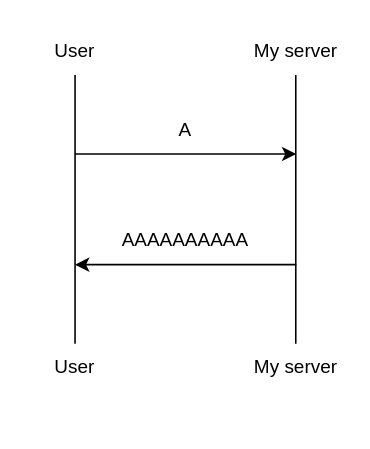
Before: NASA-graph/Security/IP spoofing.drawio in Vincent550102/NASA-graph, a draw.io diagram. Source tidied: cells renumbered, new cells numbered last; positions are measured from the earlier drawing's top-left corner, leaving out a move shared by most shapes. Both pictures are drawn from the tidied source at 158%, with x=0, y=0 at pixel (27, 27).
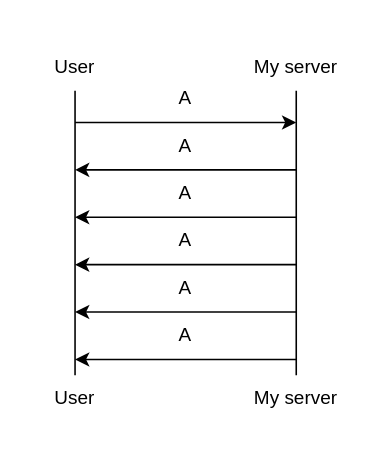
The same diagram, later.

Diff of the diagram source:
```diff
@@
     <mxCell id="2" value="User" style="text;html=1;strokeColor=none;fillColor=none;align=center;verticalAlign=middle;whiteSpace=wrap;rounded=0;" parent="1" vertex="1">
-      <mxGeometry width="60" height="30" as="geometry" />
+      <mxGeometry y="10" width="60" height="30" as="geometry" />
     </mxCell>
     <mxCell id="3" value="My server" style="text;html=1;strokeColor=none;fillColor=none;align=center;verticalAlign=middle;whiteSpace=wrap;rounded=0;" parent="1" vertex="1">
-      <mxGeometry x="140" width="60" height="30" as="geometry" />
+      <mxGeometry x="140" y="10" width="60" height="30" as="geometry" />
     </mxCell>
-    <mxCell id="4" style="endArrow=none;html=1;rounded=0;" parent="1" edge="1">
-      <mxGeometry relative="1" as="geometry">
-        <mxPoint x="30" y="200" as="sourcePoint" />
-        <mxPoint x="30" y="30" as="targetPoint" />
-      </mxGeometry>
+    <mxCell id="4" style="endArrow=none;html=1;rounded=0;exitX=0.5;exitY=0;exitDx=0;exitDy=0;" parent="1" edge="1" source="10" target="2">
+      <mxGeometry relative="1" as="geometry" />
     </mxCell>
-    <mxCell id="5" style="endArrow=none;html=1;rounded=0;" parent="1" edge="1">
-      <mxGeometry relative="1" as="geometry">
-        <mxPoint x="169.7" y="200" as="sourcePoint" />
-        <mxPoint x="169.7" y="30" as="targetPoint" />
-      </mxGeometry>
+    <mxCell id="5" style="endArrow=none;html=1;rounded=0;exitX=0.5;exitY=0;exitDx=0;exitDy=0;" parent="1" edge="1" source="11" target="3">
+      <mxGeometry relative="1" as="geometry" />
     </mxCell>
     <mxCell id="6" style="endArrow=classic;html=1;rounded=0;" parent="1" edge="1">
       <mxGeometry relative="1" as="geometry">
-        <mxPoint x="30" y="80" as="sourcePoint" />
-        <mxPoint x="170" y="80" as="targetPoint" />
+        <mxPoint x="30" y="60" as="sourcePoint" />
+        <mxPoint x="170" y="60" as="targetPoint" />
       </mxGeometry>
     </mxCell>
     <mxCell id="7" value="A" style="text;html=1;strokeColor=none;fillColor=none;align=center;verticalAlign=middle;whiteSpace=wrap;rounded=0;" parent="1" vertex="1">
-      <mxGeometry x="70" y="50" width="60" height="30" as="geometry" />
+      <mxGeometry x="70" y="30" width="60" height="30" as="geometry" />
     </mxCell>
     <mxCell id="8" style="endArrow=classic;html=1;rounded=0;" parent="1" edge="1">
       <mxGeometry relative="1" as="geometry">
-        <mxPoint x="170" y="150" as="sourcePoint" />
-        <mxPoint x="30" y="150" as="targetPoint" />
+        <mxPoint x="170" y="90" as="sourcePoint" />
+        <mxPoint x="30" y="90" as="targetPoint" />
       </mxGeometry>
     </mxCell>
-    <mxCell id="9" value="AAAAAAAAAA" style="text;html=1;strokeColor=none;fillColor=none;align=center;verticalAlign=middle;whiteSpace=wrap;rounded=0;" parent="1" vertex="1">
-      <mxGeometry x="70" y="120" width="60" height="30" as="geometry" />
+    <mxCell id="9" value="A" style="text;html=1;strokeColor=none;fillColor=none;align=center;verticalAlign=middle;whiteSpace=wrap;rounded=0;" parent="1" vertex="1">
+      <mxGeometry x="70" y="60" width="60" height="30" as="geometry" />
     </mxCell>
     <mxCell id="10" value="User" style="text;html=1;strokeColor=none;fillColor=none;align=center;verticalAlign=middle;whiteSpace=wrap;rounded=0;" parent="1" vertex="1">
-      <mxGeometry y="200" width="60" height="30" as="geometry" />
+      <mxGeometry y="220" width="60" height="30" as="geometry" />
     </mxCell>
     <mxCell id="11" value="My server" style="text;html=1;strokeColor=none;fillColor=none;align=center;verticalAlign=middle;whiteSpace=wrap;rounded=0;" parent="1" vertex="1">
-      <mxGeometry x="140" y="200" width="60" height="30" as="geometry" />
+      <mxGeometry x="140" y="220" width="60" height="30" as="geometry" />
     </mxCell>
+    <mxCell id="12" value="A" style="text;html=1;strokeColor=none;fillColor=none;align=center;verticalAlign=middle;whiteSpace=wrap;rounded=0;" parent="1" vertex="1">
+      <mxGeometry x="70" y="90" width="60" height="30" as="geometry" />
+    </mxCell>
+    <mxCell id="13" style="endArrow=classic;html=1;rounded=0;" parent="1" edge="1">
+      <mxGeometry relative="1" as="geometry">
+        <mxPoint x="170" y="120" as="sourcePoint" />
+        <mxPoint x="30" y="120" as="targetPoint" />
+      </mxGeometry>
+    </mxCell>
+    <mxCell id="14" value="A" style="text;html=1;strokeColor=none;fillColor=none;align=center;verticalAlign=middle;whiteSpace=wrap;rounded=0;" parent="1" vertex="1">
+      <mxGeometry x="70" y="120" width="60" height="30" as="geometry" />
+    </mxCell>
+    <mxCell id="15" style="endArrow=classic;html=1;rounded=0;" parent="1" edge="1">
+      <mxGeometry relative="1" as="geometry">
+        <mxPoint x="170" y="150" as="sourcePoint" />
+        <mxPoint x="30" y="150" as="targetPoint" />
+      </mxGeometry>
+    </mxCell>
+    <mxCell id="16" value="A" style="text;html=1;strokeColor=none;fillColor=none;align=center;verticalAlign=middle;whiteSpace=wrap;rounded=0;" parent="1" vertex="1">
+      <mxGeometry x="70" y="150" width="60" height="30" as="geometry" />
+    </mxCell>
+    <mxCell id="17" style="endArrow=classic;html=1;rounded=0;" parent="1" edge="1">
+      <mxGeometry relative="1" as="geometry">
+        <mxPoint x="170" y="180" as="sourcePoint" />
+        <mxPoint x="30" y="180" as="targetPoint" />
+      </mxGeometry>
+    </mxCell>
+    <mxCell id="18" style="endArrow=classic;html=1;rounded=0;" parent="1" edge="1">
+      <mxGeometry relative="1" as="geometry">
+        <mxPoint x="170" y="210" as="sourcePoint" />
+        <mxPoint x="30" y="210" as="targetPoint" />
+      </mxGeometry>
+    </mxCell>
+    <mxCell id="19" value="A" style="text;html=1;strokeColor=none;fillColor=none;align=center;verticalAlign=middle;whiteSpace=wrap;rounded=0;" parent="1" vertex="1">
+      <mxGeometry x="70" y="180" width="60" height="30" as="geometry" />
+    </mxCell>
```
